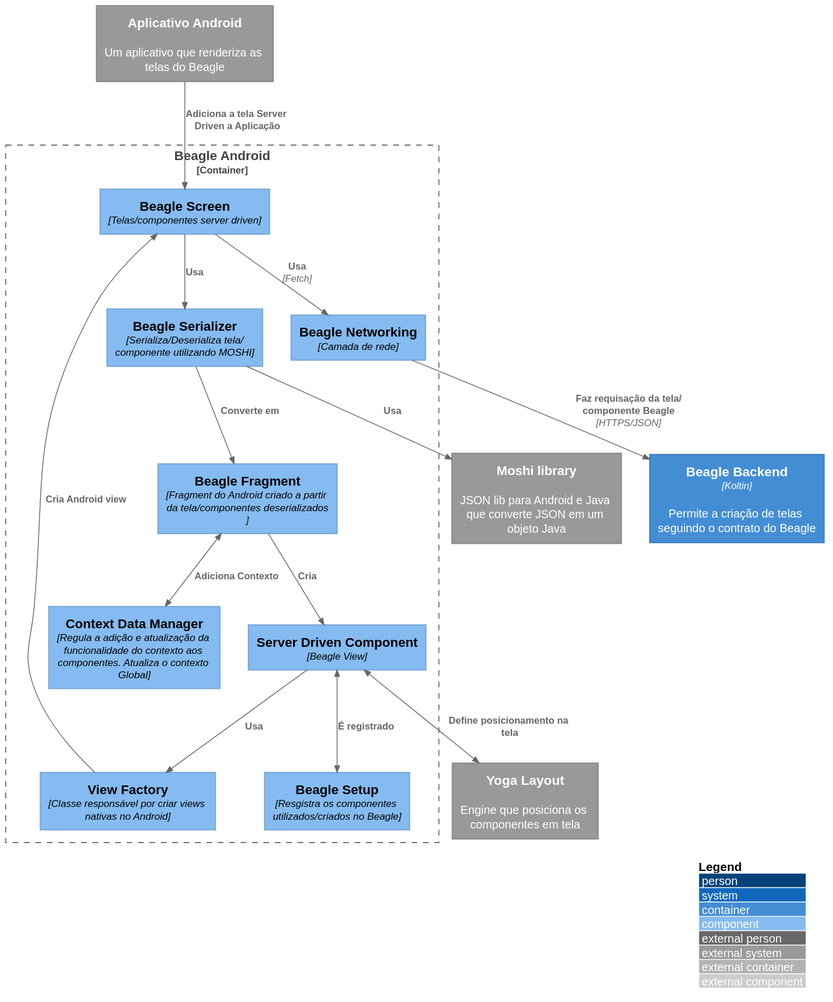
The PlantUML diagram docs/C3 -  Component/Beagle Android/c3.svg in ZupIT/beagle-c4model, before a commit. The source it was exported from:
```plantuml
@startuml c2
!include https://raw.githubusercontent.com/adrianvlupu/C4-PlantUML/latest/C4_Component.puml
LAYOUT_WITH_LEGEND()

System_Ext(frontend_app, "Aplicativo Android", "Um aplicativo que renderiza as telas do Beagle")
System_Ext(moshi_lib, "Moshi library", "JSON lib para Android e Java que converte JSON em um objeto Java")
System_Ext(yoga_layout, "Yoga Layout", "Engine que posiciona os componentes em tela")

Container(beagle_backend, "Beagle Backend", "Koltin", "Permite a criação de telas seguindo o contrato do Beagle")

Container_Boundary(beagle_android, "Beagle Android"){
  Component(beagle_networking, "Beagle Networking", "Camada de rede")
  Component(beagle_setup, "Beagle Setup", "Resgistra os componentes utilizados/criados no Beagle")
  Component(beagle_screen, "Beagle Screen", "Telas/componentes server driven")
  Component(beagle_serializer, "Beagle Serializer", "Serializa/Deserializa tela/componente utilizando MOSHI")
  Component(server_driven_component, "Server Driven Component", "Beagle View")
  Component(view_factory, "View Factory", "Classe responsável por criar views nativas no Android")
  Component(beagle_fragment, "Beagle Fragment", "Fragment do Android criado a partir da tela/componentes deserializados")
  Component(context_data_manager, "Context Data Manager", "Regula a adição e atualização da funcionalidade do contexto aos componentes. Atualiza o contexto Global")

}

BiRel(beagle_fragment, context_data_manager, "Adiciona Contexto")
Rel(beagle_serializer, beagle_fragment, "Converte em")
Rel(frontend_app, beagle_screen, "Adiciona a tela Server Driven a Aplicação")
Rel(beagle_screen, beagle_networking, "Usa", "Fetch")
Rel(beagle_networking, beagle_backend, "Faz requisação da tela/componente Beagle","HTTPS/JSON")
Rel(beagle_serializer, moshi_lib, "Usa")
Rel(beagle_screen, beagle_serializer, "Usa")
Rel(beagle_fragment, server_driven_component, "Cria")
Rel(server_driven_component, view_factory, "Usa")
Rel(view_factory, beagle_screen, "Cria Android view")
BiRel(server_driven_component, beagle_setup, "É registrado")
BiRel(server_driven_component, yoga_layout, "Define posicionamento na tela")

@enduml
```
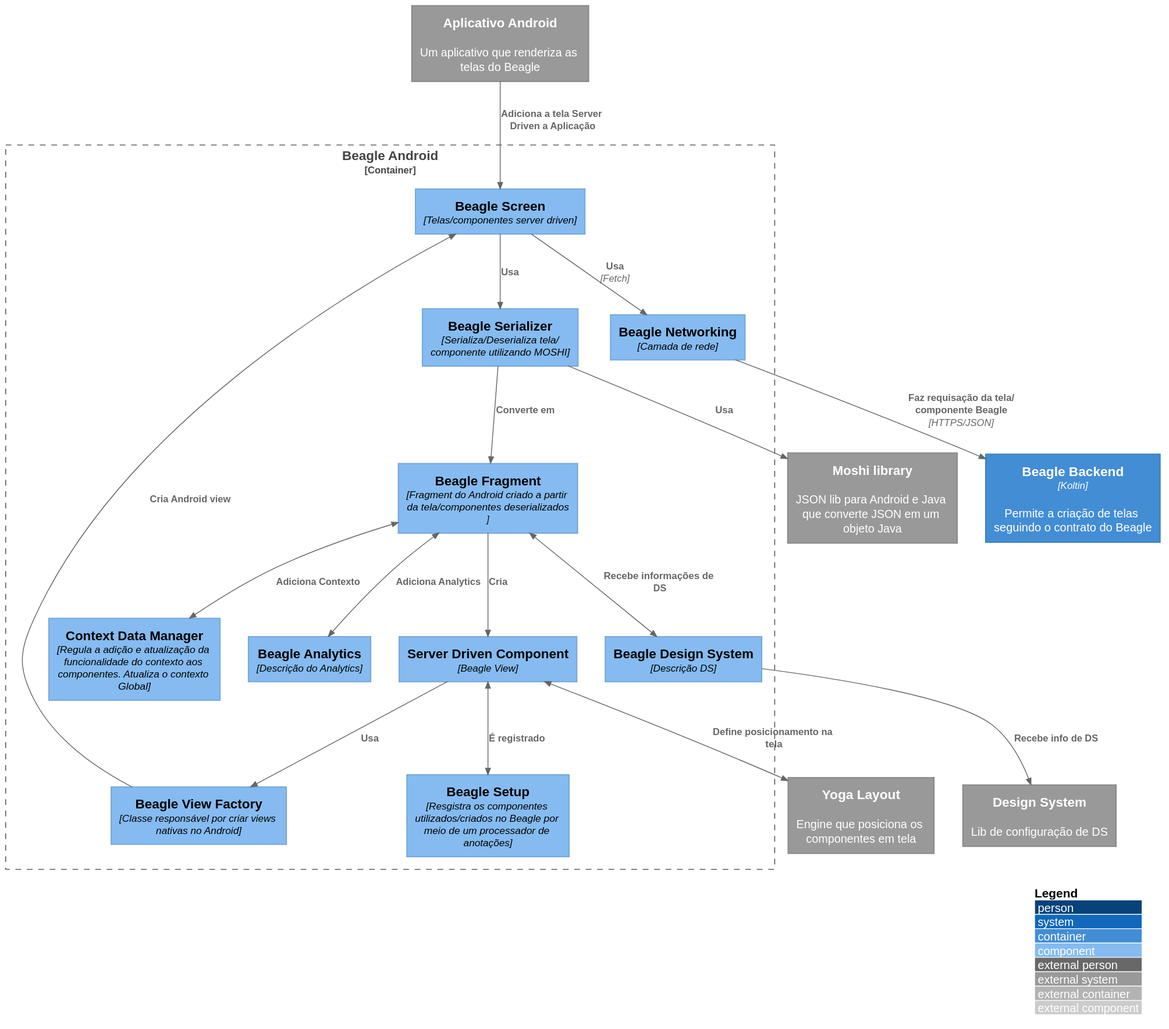
The same diagram one commit later.

Commit message:
updates android diagram

The edit, as a diff of the source:
```diff
@@ -5,21 +5,26 @@
 System_Ext(frontend_app, "Aplicativo Android", "Um aplicativo que renderiza as telas do Beagle")
 System_Ext(moshi_lib, "Moshi library", "JSON lib para Android e Java que converte JSON em um objeto Java")
 System_Ext(yoga_layout, "Yoga Layout", "Engine que posiciona os componentes em tela")
+System_Ext(design_system, "Design System", "Lib de configuração de DS")
 
 Container(beagle_backend, "Beagle Backend", "Koltin", "Permite a criação de telas seguindo o contrato do Beagle")
 
 Container_Boundary(beagle_android, "Beagle Android"){
   Component(beagle_networking, "Beagle Networking", "Camada de rede")
-  Component(beagle_setup, "Beagle Setup", "Resgistra os componentes utilizados/criados no Beagle")
+  Component(beagle_setup, "Beagle Setup", "Resgistra os componentes utilizados/criados no Beagle por meio de um processador de anotações")
   Component(beagle_screen, "Beagle Screen", "Telas/componentes server driven")
   Component(beagle_serializer, "Beagle Serializer", "Serializa/Deserializa tela/componente utilizando MOSHI")
   Component(server_driven_component, "Server Driven Component", "Beagle View")
-  Component(view_factory, "View Factory", "Classe responsável por criar views nativas no Android")
+  Component(view_factory, "Beagle View Factory", "Classe responsável por criar views nativas no Android")
   Component(beagle_fragment, "Beagle Fragment", "Fragment do Android criado a partir da tela/componentes deserializados")
   Component(context_data_manager, "Context Data Manager", "Regula a adição e atualização da funcionalidade do contexto aos componentes. Atualiza o contexto Global")
-
+  Component(analytic, "Beagle Analytics", "Descrição do Analytics")
+  Component(beagle_ds, "Beagle Design System", "Descrição DS")
 }
 
+BiRel(beagle_fragment, beagle_ds, "Recebe informações de DS")
+Rel(beagle_ds, design_system, "Recebe info de DS")
+BiRel(beagle_fragment, analytic, "Adiciona Analytics")
 BiRel(beagle_fragment, context_data_manager, "Adiciona Contexto")
 Rel(beagle_serializer, beagle_fragment, "Converte em")
 Rel(frontend_app, beagle_screen, "Adiciona a tela Server Driven a Aplicação")
```
